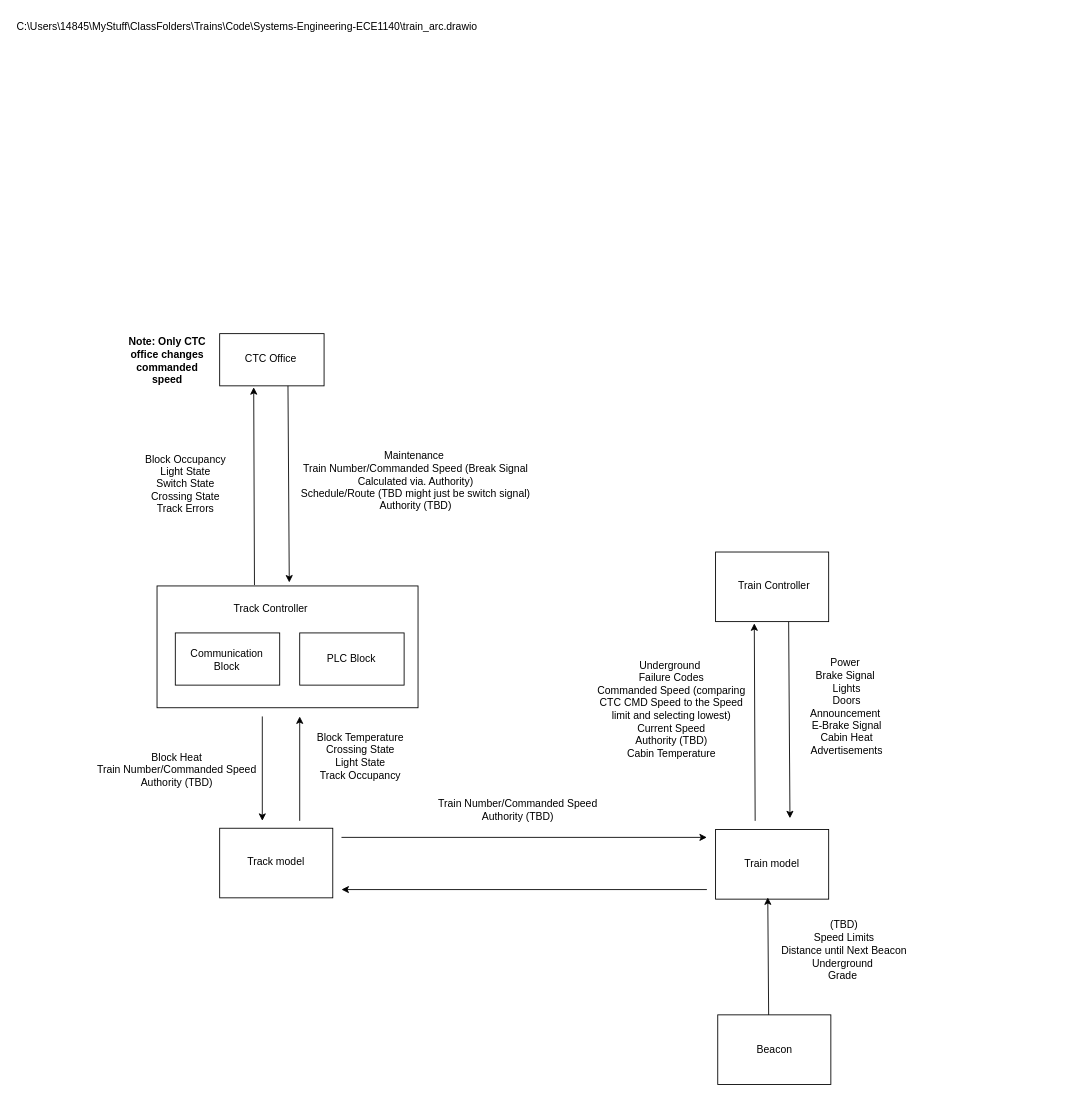
lao57/Systems-Engineering-ECE1140 keeps this draw.io diagram as Architecture_Group3.drawio. Above is the earlier version. Source tidied: cells renumbered, new cells numbered last; positions are measured from the earlier drawing's top-left corner, leaving out a move shared by most shapes. Both pictures are drawn from the tidied source at 87%, with x=0, y=0 at pixel (15, 15).
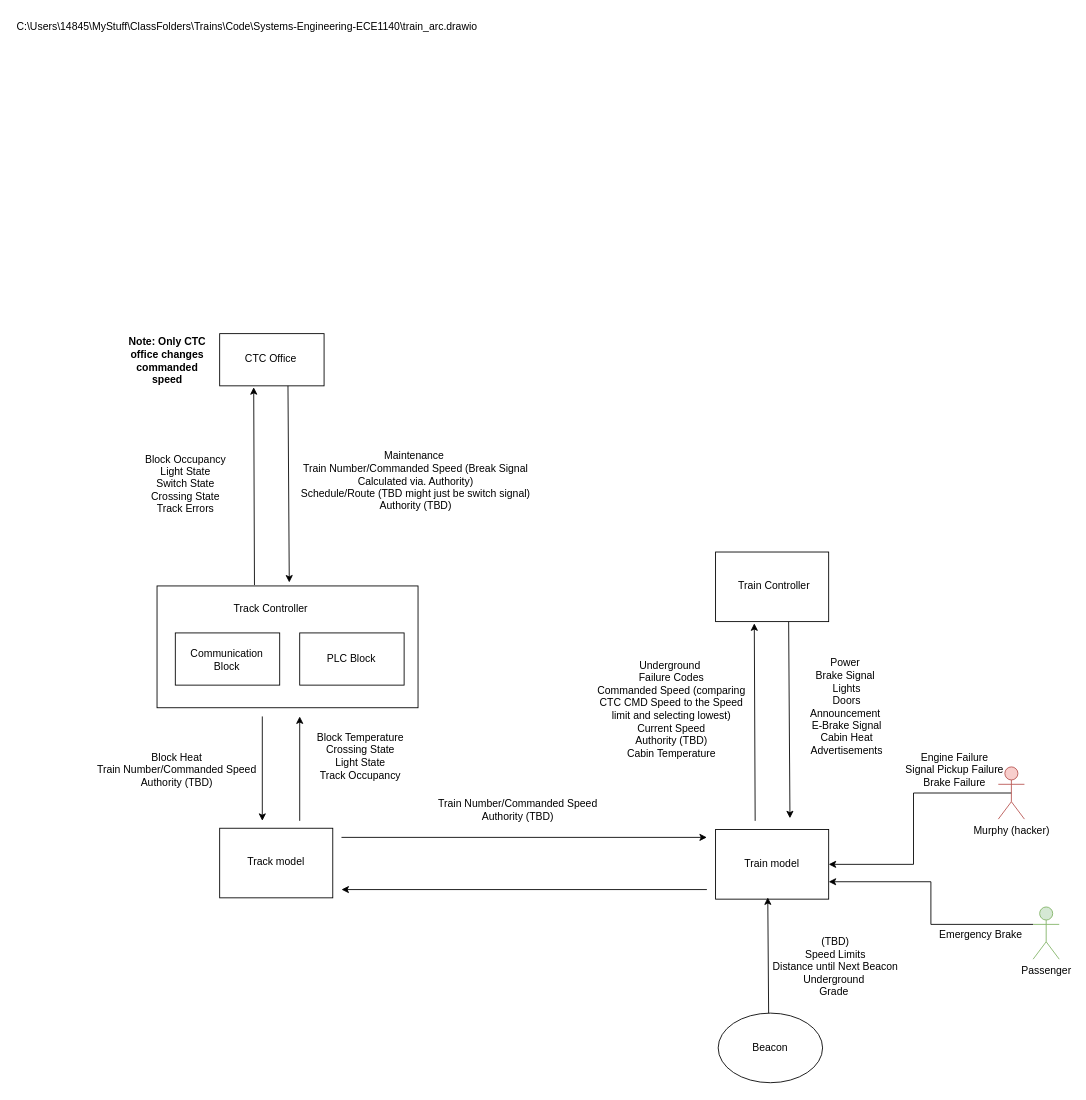
The same diagram, later.

Commit message:
Added train model personas Architecture_Group3.drawio

The change refers to these unchanged cells:
```xml
<mxCell id="16" style="rounded=0;whiteSpace=wrap;html=1;" parent="1" vertex="1">
  <mxGeometry x="805" y="936" width="130" height="80" as="geometry" />
</mxCell>
```

What changed in the source:
```diff
@@
+    <mxCell id="36" value="&lt;div&gt;Emergency Brake&lt;/div&gt;&lt;div&gt;&lt;br&gt;&lt;/div&gt;" style="text;html=1;align=center;verticalAlign=middle;whiteSpace=wrap;rounded=0;rotation=0;" parent="1" vertex="1">
+      <mxGeometry x="1050" y="1052" width="120" height="23" as="geometry" />
+    </mxCell>
@@
     <mxCell id="23" value="&lt;div&gt;(TBD)&lt;/div&gt;Speed Limits&lt;div&gt;Distance until Next Beacon&lt;/div&gt;&lt;div&gt;Underground&amp;nbsp;&lt;/div&gt;&lt;div&gt;Grade&amp;nbsp;&lt;/div&gt;&lt;div&gt;&lt;br&gt;&lt;/div&gt;" style="text;html=1;align=center;verticalAlign=middle;whiteSpace=wrap;rounded=0;" parent="1" vertex="1">
-      <mxGeometry x="850" y="1023" width="206" height="117" as="geometry" />
+      <mxGeometry x="840" y="1042" width="206" height="117" as="geometry" />
     </mxCell>
@@
+    <mxCell id="35" style="endArrow=classic;html=1;rounded=0;" parent="1" edge="1">
+      <mxGeometry relative="1" as="geometry">
+        <mxPoint x="866" y="1149" as="sourcePoint" />
+        <mxPoint x="865" y="1014" as="targetPoint" />
+      </mxGeometry>
+    </mxCell>
-    <mxCell id="34" value="Beacon" style="rounded=0;whiteSpace=wrap;html=1;" parent="1" vertex="1">
-      <mxGeometry x="807.5" y="1149" width="130" height="80" as="geometry" />
+    <mxCell id="34" value="Beacon" style="ellipse;whiteSpace=wrap;html=1;" parent="1" vertex="1">
+      <mxGeometry x="808" y="1147" width="120" height="80" as="geometry" />
     </mxCell>
-    <mxCell id="35" style="endArrow=classic;html=1;rounded=0;" parent="1" edge="1">
-      <mxGeometry relative="1" as="geometry">
-        <mxPoint x="866" y="1149" as="sourcePoint" />
-        <mxPoint x="865" y="1014" as="targetPoint" />
-      </mxGeometry>
-    </mxCell>
+    <mxCell id="37" style="edgeStyle=orthogonalEdgeStyle;rounded=0;jettySize=auto;html=1;exitX=0.5;exitY=0.5;exitDx=0;exitDy=0;exitPerimeter=0;entryX=1;entryY=0.5;entryDx=0;entryDy=0;" parent="1" edge="1" source="38" target="16">
+      <mxGeometry relative="1" as="geometry" />
+    </mxCell>
+    <mxCell id="38" value="Murphy (hacker)" style="shape=umlActor;verticalLabelPosition=bottom;verticalAlign=top;html=1;outlineConnect=0;fillColor=#f8cecc;strokeColor=#b85450;" parent="1" vertex="1">
+      <mxGeometry x="1130" y="864" width="30" height="60" as="geometry" />
+    </mxCell>
+    <mxCell id="39" style="edgeStyle=orthogonalEdgeStyle;rounded=0;jettySize=auto;html=1;exitX=0;exitY=0.3333333333333333;exitDx=0;exitDy=0;exitPerimeter=0;entryX=1;entryY=0.75;entryDx=0;entryDy=0;" parent="1" edge="1" source="40" target="16">
+      <mxGeometry relative="1" as="geometry" />
+    </mxCell>
+    <mxCell id="40" value="Passenger" style="shape=umlActor;verticalLabelPosition=bottom;verticalAlign=top;html=1;outlineConnect=0;fillColor=#d5e8d4;strokeColor=#82b366;" parent="1" vertex="1">
+      <mxGeometry x="1170" y="1025" width="30" height="60" as="geometry" />
+    </mxCell>
+    <mxCell id="41" value="&lt;div&gt;Engine Failure&lt;/div&gt;&lt;div&gt;Signal Pickup Failure&lt;/div&gt;&lt;div&gt;Brake Failure&lt;/div&gt;" style="text;html=1;align=center;verticalAlign=middle;whiteSpace=wrap;rounded=0;" parent="1" vertex="1">
+      <mxGeometry x="1021" y="837" width="118" height="61" as="geometry" />
+    </mxCell>
```
